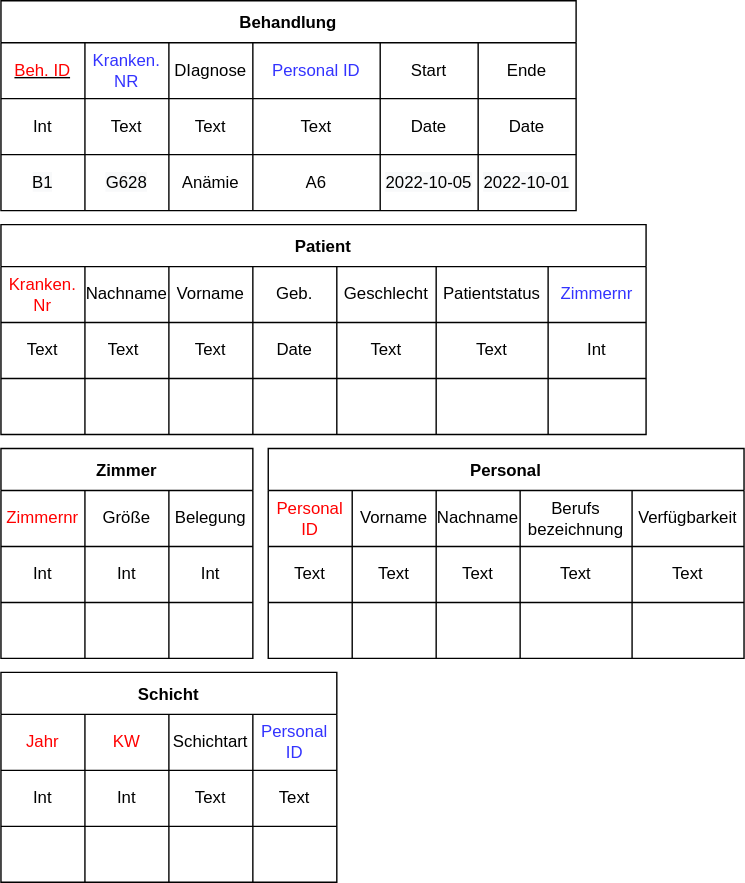
Above: Ressources/Tables.drawio.svg in Paul-Lengert/Datenbanken_Intensivstation (draw.io), before the change. Source tidied: cells renumbered, new cells last; positions are measured from the earlier drawing's top-left corner, leaving out a move shared by most shapes.
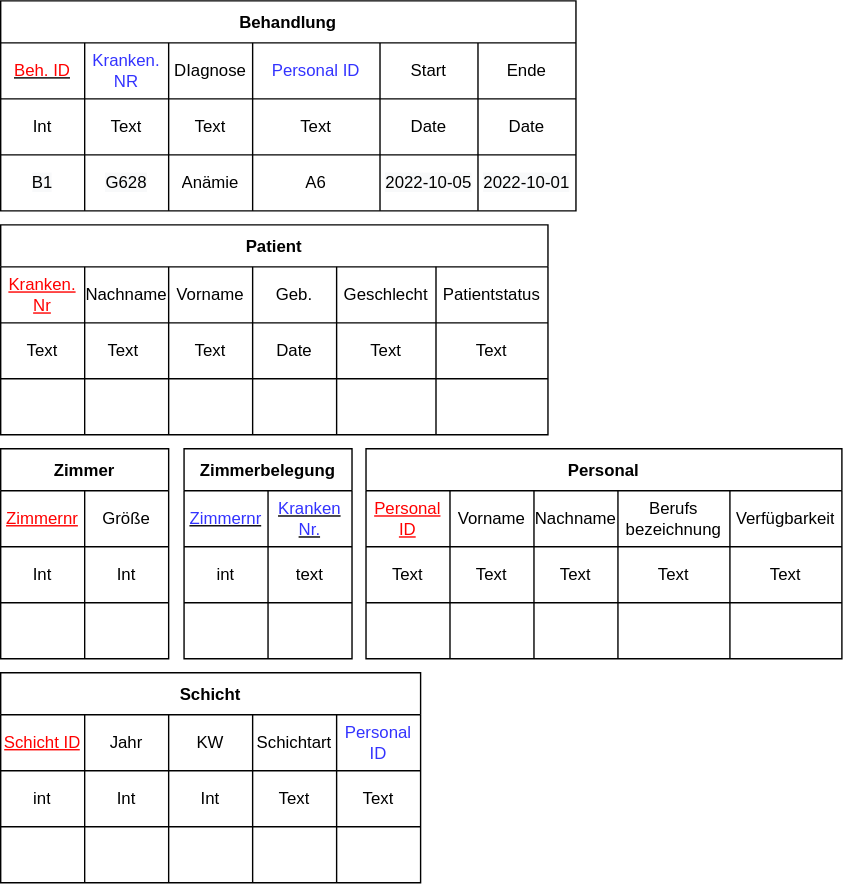
Later version of the same file.

Diff of the diagram source:
```diff
@@ -69,12 +69,12 @@
       <mxGeometry x="341" width="70" height="40" as="geometry" />
     </mxCell>
     <mxCell id="24" value="Patient" style="shape=table;startSize=30;fontStyle=1;align=center;rounded=0;fontColor=#000000;" parent="1" vertex="1">
-      <mxGeometry y="160" width="461" height="150" as="geometry" />
+      <mxGeometry y="160" width="391" height="150" as="geometry" />
     </mxCell>
     <mxCell id="25" style="shape=tableRow;horizontal=0;startSize=0;swimlaneHead=0;swimlaneBody=0;top=0;left=0;bottom=0;right=0;fillColor=none;rounded=0;fontColor=#FF0000;" parent="24" vertex="1">
-      <mxGeometry y="30" width="461" height="40" as="geometry" />
+      <mxGeometry y="30" width="391" height="40" as="geometry" />
     </mxCell>
-    <mxCell id="26" value="Kranken. Nr" style="shape=partialRectangle;html=1;whiteSpace=wrap;fillColor=none;top=0;left=0;bottom=0;right=0;overflow=hidden;rounded=0;fontColor=#FF0000;" parent="25" vertex="1">
+    <mxCell id="26" value="&lt;u&gt;Kranken. Nr&lt;/u&gt;" style="shape=partialRectangle;html=1;whiteSpace=wrap;fillColor=none;top=0;left=0;bottom=0;right=0;overflow=hidden;rounded=0;fontColor=#FF0000;" parent="25" vertex="1">
       <mxGeometry width="60" height="40" as="geometry" />
     </mxCell>
     <mxCell id="27" value="&lt;font color=&quot;#000000&quot;&gt;Nachname&lt;/font&gt;" style="shape=partialRectangle;html=1;whiteSpace=wrap;fillColor=none;top=0;left=0;bottom=0;right=0;overflow=hidden;rounded=0;fontColor=#FF0000;" parent="25" vertex="1">
@@ -92,11 +92,8 @@
     <mxCell id="31" value="Patientstatus" style="shape=partialRectangle;html=1;whiteSpace=wrap;fillColor=none;top=0;left=0;bottom=0;right=0;overflow=hidden;rounded=0;fontColor=#000000;" parent="25" vertex="1">
       <mxGeometry x="311" width="80" height="40" as="geometry" />
     </mxCell>
-    <mxCell id="32" value="&lt;font color=&quot;#3333ff&quot;&gt;Zimmernr&lt;/font&gt;" style="shape=partialRectangle;html=1;whiteSpace=wrap;fillColor=none;top=0;left=0;bottom=0;right=0;overflow=hidden;rounded=0;fontColor=#FF0000;" parent="25" vertex="1">
-      <mxGeometry x="391" width="70" height="40" as="geometry" />
-    </mxCell>
     <mxCell id="33" style="shape=tableRow;horizontal=0;startSize=0;swimlaneHead=0;swimlaneBody=0;top=0;left=0;bottom=0;right=0;fillColor=none;rounded=0;fontColor=#FF0000;" parent="24" vertex="1">
-      <mxGeometry y="70" width="461" height="40" as="geometry" />
+      <mxGeometry y="70" width="391" height="40" as="geometry" />
     </mxCell>
     <mxCell id="34" value="Text" style="shape=partialRectangle;html=1;whiteSpace=wrap;fillColor=none;top=0;left=0;bottom=0;right=0;overflow=hidden;rounded=0;fontColor=#000000;" parent="33" vertex="1">
       <mxGeometry width="60" height="40" as="geometry" />
@@ -116,11 +113,8 @@
     <mxCell id="39" value="Text" style="shape=partialRectangle;html=1;whiteSpace=wrap;fillColor=none;top=0;left=0;bottom=0;right=0;overflow=hidden;rounded=0;fontColor=#000000;" parent="33" vertex="1">
       <mxGeometry x="311" width="80" height="40" as="geometry" />
     </mxCell>
-    <mxCell id="40" value="Int" style="shape=partialRectangle;html=1;whiteSpace=wrap;fillColor=none;top=0;left=0;bottom=0;right=0;overflow=hidden;rounded=0;fontColor=#000000;" parent="33" vertex="1">
-      <mxGeometry x="391" width="70" height="40" as="geometry" />
-    </mxCell>
     <mxCell id="41" style="shape=tableRow;horizontal=0;startSize=0;swimlaneHead=0;swimlaneBody=0;top=0;left=0;bottom=0;right=0;fillColor=none;rounded=0;fontColor=#FF0000;" parent="24" vertex="1">
-      <mxGeometry y="110" width="461" height="40" as="geometry" />
+      <mxGeometry y="110" width="391" height="40" as="geometry" />
     </mxCell>
     <mxCell id="42" style="shape=partialRectangle;html=1;whiteSpace=wrap;fillColor=none;top=0;left=0;bottom=0;right=0;overflow=hidden;rounded=0;fontColor=#FF0000;" parent="41" vertex="1">
       <mxGeometry width="60" height="40" as="geometry" />
@@ -140,26 +134,20 @@
     <mxCell id="47" style="shape=partialRectangle;html=1;whiteSpace=wrap;fillColor=none;top=0;left=0;bottom=0;right=0;overflow=hidden;rounded=0;fontColor=#FF0000;" parent="41" vertex="1">
       <mxGeometry x="311" width="80" height="40" as="geometry" />
     </mxCell>
-    <mxCell id="48" style="shape=partialRectangle;html=1;whiteSpace=wrap;fillColor=none;top=0;left=0;bottom=0;right=0;overflow=hidden;rounded=0;fontColor=#FF0000;" parent="41" vertex="1">
-      <mxGeometry x="391" width="70" height="40" as="geometry" />
-    </mxCell>
     <mxCell id="49" value="Zimmer" style="shape=table;startSize=30;fontStyle=1;align=center;rounded=0;fontColor=#000000;" parent="1" vertex="1">
-      <mxGeometry y="320" width="180" height="150" as="geometry" />
+      <mxGeometry y="320" width="120" height="150" as="geometry" />
     </mxCell>
     <mxCell id="50" style="shape=tableRow;horizontal=0;startSize=0;swimlaneHead=0;swimlaneBody=0;top=0;left=0;bottom=0;right=0;fillColor=none;rounded=0;fontColor=#000000;" parent="49" vertex="1">
-      <mxGeometry y="30" width="180" height="40" as="geometry" />
+      <mxGeometry y="30" width="120" height="40" as="geometry" />
     </mxCell>
-    <mxCell id="51" value="&lt;font color=&quot;#ff0000&quot;&gt;Zimmernr&lt;/font&gt;" style="shape=partialRectangle;html=1;whiteSpace=wrap;fillColor=none;top=0;left=0;bottom=0;right=0;overflow=hidden;rounded=0;fontColor=#000000;" parent="50" vertex="1">
+    <mxCell id="51" value="&lt;font color=&quot;#ff0000&quot;&gt;&lt;u&gt;Zimmernr&lt;/u&gt;&lt;/font&gt;" style="shape=partialRectangle;html=1;whiteSpace=wrap;fillColor=none;top=0;left=0;bottom=0;right=0;overflow=hidden;rounded=0;fontColor=#000000;" parent="50" vertex="1">
       <mxGeometry width="60" height="40" as="geometry" />
     </mxCell>
     <mxCell id="52" value="Größe" style="shape=partialRectangle;html=1;whiteSpace=wrap;fillColor=none;top=0;left=0;bottom=0;right=0;overflow=hidden;rounded=0;fontColor=#000000;" parent="50" vertex="1">
       <mxGeometry x="60" width="60" height="40" as="geometry" />
     </mxCell>
-    <mxCell id="53" value="Belegung" style="shape=partialRectangle;html=1;whiteSpace=wrap;fillColor=none;top=0;left=0;bottom=0;right=0;overflow=hidden;rounded=0;fontColor=#000000;" parent="50" vertex="1">
-      <mxGeometry x="120" width="60" height="40" as="geometry" />
-    </mxCell>
     <mxCell id="54" style="shape=tableRow;horizontal=0;startSize=0;swimlaneHead=0;swimlaneBody=0;top=0;left=0;bottom=0;right=0;fillColor=none;rounded=0;fontColor=#000000;" parent="49" vertex="1">
-      <mxGeometry y="70" width="180" height="40" as="geometry" />
+      <mxGeometry y="70" width="120" height="40" as="geometry" />
     </mxCell>
     <mxCell id="55" value="Int" style="shape=partialRectangle;html=1;whiteSpace=wrap;fillColor=none;top=0;left=0;bottom=0;right=0;overflow=hidden;rounded=0;fontColor=#000000;" parent="54" vertex="1">
       <mxGeometry width="60" height="40" as="geometry" />
@@ -167,11 +155,8 @@
     <mxCell id="56" value="Int" style="shape=partialRectangle;html=1;whiteSpace=wrap;fillColor=none;top=0;left=0;bottom=0;right=0;overflow=hidden;rounded=0;fontColor=#000000;" parent="54" vertex="1">
       <mxGeometry x="60" width="60" height="40" as="geometry" />
     </mxCell>
-    <mxCell id="57" value="Int" style="shape=partialRectangle;html=1;whiteSpace=wrap;fillColor=none;top=0;left=0;bottom=0;right=0;overflow=hidden;rounded=0;fontColor=#000000;" parent="54" vertex="1">
-      <mxGeometry x="120" width="60" height="40" as="geometry" />
-    </mxCell>
     <mxCell id="58" style="shape=tableRow;horizontal=0;startSize=0;swimlaneHead=0;swimlaneBody=0;top=0;left=0;bottom=0;right=0;fillColor=none;rounded=0;fontColor=#000000;" parent="49" vertex="1">
-      <mxGeometry y="110" width="180" height="40" as="geometry" />
+      <mxGeometry y="110" width="120" height="40" as="geometry" />
     </mxCell>
     <mxCell id="59" style="shape=partialRectangle;html=1;whiteSpace=wrap;fillColor=none;top=0;left=0;bottom=0;right=0;overflow=hidden;rounded=0;fontColor=#000000;" parent="58" vertex="1">
       <mxGeometry width="60" height="40" as="geometry" />
@@ -179,16 +164,13 @@
     <mxCell id="60" style="shape=partialRectangle;html=1;whiteSpace=wrap;fillColor=none;top=0;left=0;bottom=0;right=0;overflow=hidden;rounded=0;fontColor=#000000;" parent="58" vertex="1">
       <mxGeometry x="60" width="60" height="40" as="geometry" />
     </mxCell>
-    <mxCell id="61" style="shape=partialRectangle;html=1;whiteSpace=wrap;fillColor=none;top=0;left=0;bottom=0;right=0;overflow=hidden;rounded=0;fontColor=#000000;" parent="58" vertex="1">
-      <mxGeometry x="120" width="60" height="40" as="geometry" />
-    </mxCell>
     <mxCell id="62" value="Personal" style="shape=table;startSize=30;fontStyle=1;align=center;rounded=0;fontColor=#000000;" parent="1" vertex="1">
-      <mxGeometry x="191" y="320" width="340" height="150" as="geometry" />
+      <mxGeometry x="261" y="320" width="340" height="150" as="geometry" />
     </mxCell>
     <mxCell id="63" style="shape=tableRow;horizontal=0;startSize=0;swimlaneHead=0;swimlaneBody=0;top=0;left=0;bottom=0;right=0;fillColor=none;rounded=0;fontColor=#000000;" parent="62" vertex="1">
       <mxGeometry y="30" width="340" height="40" as="geometry" />
     </mxCell>
-    <mxCell id="64" value="&lt;font color=&quot;#ff0000&quot;&gt;Personal ID&lt;/font&gt;" style="shape=partialRectangle;html=1;whiteSpace=wrap;fillColor=none;top=0;left=0;bottom=0;right=0;overflow=hidden;rounded=0;fontColor=#000000;" parent="63" vertex="1">
+    <mxCell id="64" value="&lt;font color=&quot;#ff0000&quot;&gt;&lt;u&gt;Personal ID&lt;/u&gt;&lt;/font&gt;" style="shape=partialRectangle;html=1;whiteSpace=wrap;fillColor=none;top=0;left=0;bottom=0;right=0;overflow=hidden;rounded=0;fontColor=#000000;" parent="63" vertex="1">
       <mxGeometry width="60" height="40" as="geometry" />
     </mxCell>
     <mxCell id="65" value="Vorname" style="shape=partialRectangle;html=1;whiteSpace=wrap;fillColor=none;top=0;left=0;bottom=0;right=0;overflow=hidden;rounded=0;fontColor=#000000;" parent="63" vertex="1">
@@ -240,52 +222,91 @@
       <mxGeometry x="260" width="80" height="40" as="geometry" />
     </mxCell>
     <mxCell id="81" value="Schicht" style="shape=table;startSize=30;fontStyle=1;align=center;rounded=0;fontColor=#000000;" parent="1" vertex="1">
-      <mxGeometry y="480" width="240" height="150" as="geometry" />
+      <mxGeometry y="480" width="300" height="150" as="geometry" />
     </mxCell>
     <mxCell id="82" style="shape=tableRow;horizontal=0;startSize=0;swimlaneHead=0;swimlaneBody=0;top=0;left=0;bottom=0;right=0;fillColor=none;rounded=0;fontColor=#FF0000;" parent="81" vertex="1">
-      <mxGeometry y="30" width="240" height="40" as="geometry" />
+      <mxGeometry y="30" width="300" height="40" as="geometry" />
     </mxCell>
+    <mxCell id="97" value="&lt;u&gt;Schicht ID&lt;/u&gt;" style="shape=partialRectangle;html=1;whiteSpace=wrap;fillColor=none;top=0;left=0;bottom=0;right=0;overflow=hidden;rounded=0;fontColor=#FF0000;" parent="82" vertex="1">
+      <mxGeometry width="60" height="40" as="geometry" />
+    </mxCell>
-    <mxCell id="83" value="Jahr" style="shape=partialRectangle;html=1;whiteSpace=wrap;fillColor=none;top=0;left=0;bottom=0;right=0;overflow=hidden;rounded=0;fontColor=#FF0000;" parent="82" vertex="1">
-      <mxGeometry width="60" height="40" as="geometry" />
+    <mxCell id="83" value="&lt;font color=&quot;#000000&quot;&gt;Jahr&lt;/font&gt;" style="shape=partialRectangle;html=1;whiteSpace=wrap;fillColor=none;top=0;left=0;bottom=0;right=0;overflow=hidden;rounded=0;fontColor=#FF0000;" parent="82" vertex="1">
+      <mxGeometry x="60" width="60" height="40" as="geometry" />
     </mxCell>
-    <mxCell id="84" value="KW" style="shape=partialRectangle;html=1;whiteSpace=wrap;fillColor=none;top=0;left=0;bottom=0;right=0;overflow=hidden;rounded=0;fontColor=#FF0000;" parent="82" vertex="1">
-      <mxGeometry x="60" width="60" height="40" as="geometry" />
+    <mxCell id="84" value="&lt;font color=&quot;#000000&quot;&gt;KW&lt;/font&gt;" style="shape=partialRectangle;html=1;whiteSpace=wrap;fillColor=none;top=0;left=0;bottom=0;right=0;overflow=hidden;rounded=0;fontColor=#FF0000;" parent="82" vertex="1">
+      <mxGeometry x="120" width="60" height="40" as="geometry" />
     </mxCell>
     <mxCell id="85" value="Schichtart" style="shape=partialRectangle;html=1;whiteSpace=wrap;fillColor=none;top=0;left=0;bottom=0;right=0;overflow=hidden;rounded=0;fontColor=#000000;" parent="82" vertex="1">
-      <mxGeometry x="120" width="60" height="40" as="geometry" />
+      <mxGeometry x="180" width="60" height="40" as="geometry" />
     </mxCell>
     <mxCell id="86" value="&lt;font color=&quot;#3333ff&quot;&gt;Personal ID&lt;/font&gt;" style="shape=partialRectangle;html=1;whiteSpace=wrap;fillColor=none;top=0;left=0;bottom=0;right=0;overflow=hidden;rounded=0;fontColor=#000000;" parent="82" vertex="1">
-      <mxGeometry x="180" width="60" height="40" as="geometry" />
+      <mxGeometry x="240" width="60" height="40" as="geometry" />
     </mxCell>
     <mxCell id="87" style="shape=tableRow;horizontal=0;startSize=0;swimlaneHead=0;swimlaneBody=0;top=0;left=0;bottom=0;right=0;fillColor=none;rounded=0;fontColor=#FF0000;" parent="81" vertex="1">
-      <mxGeometry y="70" width="240" height="40" as="geometry" />
+      <mxGeometry y="70" width="300" height="40" as="geometry" />
     </mxCell>
+    <mxCell id="98" value="int" style="shape=partialRectangle;html=1;whiteSpace=wrap;fillColor=none;top=0;left=0;bottom=0;right=0;overflow=hidden;rounded=0;fontColor=#000000;" parent="87" vertex="1">
+      <mxGeometry width="60" height="40" as="geometry" />
+    </mxCell>
     <mxCell id="88" value="Int" style="shape=partialRectangle;html=1;whiteSpace=wrap;fillColor=none;top=0;left=0;bottom=0;right=0;overflow=hidden;rounded=0;fontColor=#000000;" parent="87" vertex="1">
-      <mxGeometry width="60" height="40" as="geometry" />
+      <mxGeometry x="60" width="60" height="40" as="geometry" />
     </mxCell>
     <mxCell id="89" value="Int" style="shape=partialRectangle;html=1;whiteSpace=wrap;fillColor=none;top=0;left=0;bottom=0;right=0;overflow=hidden;rounded=0;fontColor=#000000;" parent="87" vertex="1">
-      <mxGeometry x="60" width="60" height="40" as="geometry" />
+      <mxGeometry x="120" width="60" height="40" as="geometry" />
     </mxCell>
     <mxCell id="90" value="Text" style="shape=partialRectangle;html=1;whiteSpace=wrap;fillColor=none;top=0;left=0;bottom=0;right=0;overflow=hidden;rounded=0;fontColor=#000000;" parent="87" vertex="1">
-      <mxGeometry x="120" width="60" height="40" as="geometry" />
+      <mxGeometry x="180" width="60" height="40" as="geometry" />
     </mxCell>
     <mxCell id="91" value="Text" style="shape=partialRectangle;html=1;whiteSpace=wrap;fillColor=none;top=0;left=0;bottom=0;right=0;overflow=hidden;rounded=0;fontColor=#000000;" parent="87" vertex="1">
-      <mxGeometry x="180" width="60" height="40" as="geometry" />
+      <mxGeometry x="240" width="60" height="40" as="geometry" />
     </mxCell>
     <mxCell id="92" style="shape=tableRow;horizontal=0;startSize=0;swimlaneHead=0;swimlaneBody=0;top=0;left=0;bottom=0;right=0;fillColor=none;rounded=0;fontColor=#FF0000;" parent="81" vertex="1">
-      <mxGeometry y="110" width="240" height="40" as="geometry" />
+      <mxGeometry y="110" width="300" height="40" as="geometry" />
     </mxCell>
+    <mxCell id="99" style="shape=partialRectangle;html=1;whiteSpace=wrap;fillColor=none;top=0;left=0;bottom=0;right=0;overflow=hidden;rounded=0;fontColor=#FF0000;" parent="92" vertex="1">
+      <mxGeometry width="60" height="40" as="geometry" />
+    </mxCell>
     <mxCell id="93" style="shape=partialRectangle;html=1;whiteSpace=wrap;fillColor=none;top=0;left=0;bottom=0;right=0;overflow=hidden;rounded=0;fontColor=#FF0000;" parent="92" vertex="1">
-      <mxGeometry width="60" height="40" as="geometry" />
+      <mxGeometry x="60" width="60" height="40" as="geometry" />
     </mxCell>
     <mxCell id="94" style="shape=partialRectangle;html=1;whiteSpace=wrap;fillColor=none;top=0;left=0;bottom=0;right=0;overflow=hidden;rounded=0;fontColor=#FF0000;" parent="92" vertex="1">
-      <mxGeometry x="60" width="60" height="40" as="geometry" />
+      <mxGeometry x="120" width="60" height="40" as="geometry" />
     </mxCell>
     <mxCell id="95" style="shape=partialRectangle;html=1;whiteSpace=wrap;fillColor=none;top=0;left=0;bottom=0;right=0;overflow=hidden;rounded=0;fontColor=#FF0000;" parent="92" vertex="1">
-      <mxGeometry x="120" width="60" height="40" as="geometry" />
+      <mxGeometry x="180" width="60" height="40" as="geometry" />
     </mxCell>
     <mxCell id="96" style="shape=partialRectangle;html=1;whiteSpace=wrap;fillColor=none;top=0;left=0;bottom=0;right=0;overflow=hidden;rounded=0;fontColor=#FF0000;" parent="92" vertex="1">
-      <mxGeometry x="180" width="60" height="40" as="geometry" />
+      <mxGeometry x="240" width="60" height="40" as="geometry" />
     </mxCell>
+    <mxCell id="100" value="Zimmerbelegung" style="shape=table;startSize=30;fontStyle=1;align=center;" parent="1" vertex="1">
+      <mxGeometry x="131" y="320" width="120" height="150" as="geometry" />
+    </mxCell>
+    <mxCell id="101" style="shape=tableRow;horizontal=0;startSize=0;swimlaneHead=0;swimlaneBody=0;top=0;left=0;bottom=0;right=0;fillColor=none;" parent="100" vertex="1">
+      <mxGeometry y="30" width="120" height="40" as="geometry" />
+    </mxCell>
+    <mxCell id="32" value="&lt;u&gt;&lt;font color=&quot;#3333ff&quot;&gt;Zimmernr&lt;/font&gt;&lt;/u&gt;" style="shape=partialRectangle;html=1;whiteSpace=wrap;fillColor=none;top=0;left=0;bottom=0;right=0;overflow=hidden;" parent="101" vertex="1">
+      <mxGeometry width="60" height="40" as="geometry" />
+    </mxCell>
+    <mxCell id="102" value="&lt;u&gt;&lt;font color=&quot;#3333ff&quot;&gt;Kranken Nr.&lt;/font&gt;&lt;/u&gt;" style="shape=partialRectangle;html=1;whiteSpace=wrap;fillColor=none;top=0;left=0;bottom=0;right=0;overflow=hidden;" parent="101" vertex="1">
+      <mxGeometry x="60" width="60" height="40" as="geometry" />
+    </mxCell>
+    <mxCell id="103" style="shape=tableRow;horizontal=0;startSize=0;swimlaneHead=0;swimlaneBody=0;top=0;left=0;bottom=0;right=0;fillColor=none;" parent="100" vertex="1">
+      <mxGeometry y="70" width="120" height="40" as="geometry" />
+    </mxCell>
+    <mxCell id="104" value="int" style="shape=partialRectangle;html=1;whiteSpace=wrap;fillColor=none;top=0;left=0;bottom=0;right=0;overflow=hidden;" parent="103" vertex="1">
+      <mxGeometry width="60" height="40" as="geometry" />
+    </mxCell>
+    <mxCell id="105" value="text" style="shape=partialRectangle;html=1;whiteSpace=wrap;fillColor=none;top=0;left=0;bottom=0;right=0;overflow=hidden;" parent="103" vertex="1">
+      <mxGeometry x="60" width="60" height="40" as="geometry" />
+    </mxCell>
+    <mxCell id="106" style="shape=tableRow;horizontal=0;startSize=0;swimlaneHead=0;swimlaneBody=0;top=0;left=0;bottom=0;right=0;fillColor=none;" parent="100" vertex="1">
+      <mxGeometry y="110" width="120" height="40" as="geometry" />
+    </mxCell>
+    <mxCell id="107" style="shape=partialRectangle;html=1;whiteSpace=wrap;fillColor=none;top=0;left=0;bottom=0;right=0;overflow=hidden;" parent="106" vertex="1">
+      <mxGeometry width="60" height="40" as="geometry" />
+    </mxCell>
+    <mxCell id="108" style="shape=partialRectangle;html=1;whiteSpace=wrap;fillColor=none;top=0;left=0;bottom=0;right=0;overflow=hidden;" parent="106" vertex="1">
+      <mxGeometry x="60" width="60" height="40" as="geometry" />
+    </mxCell>
   </root>
 </mxGraphModel>
```
